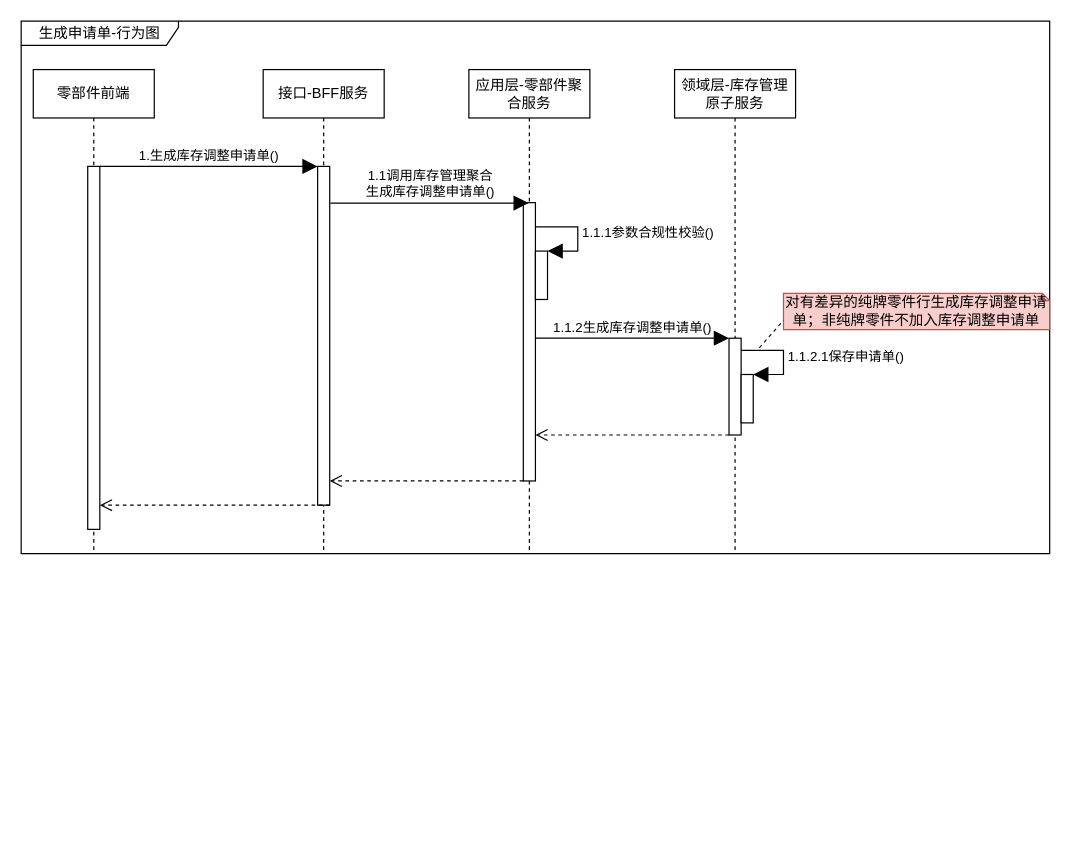
Before: page "生成申请单行为图" (4 of 6) of 库存管理-库存盘点.drawio in 1132489442/gitRepository1, a draw.io diagram. Source tidied: cells renumbered, new cells numbered last; positions are measured from the earlier drawing's top-left corner, leaving out a move shared by most shapes. Both pictures are drawn from the tidied source at 121%, with x=0, y=0 at pixel (21, 21).
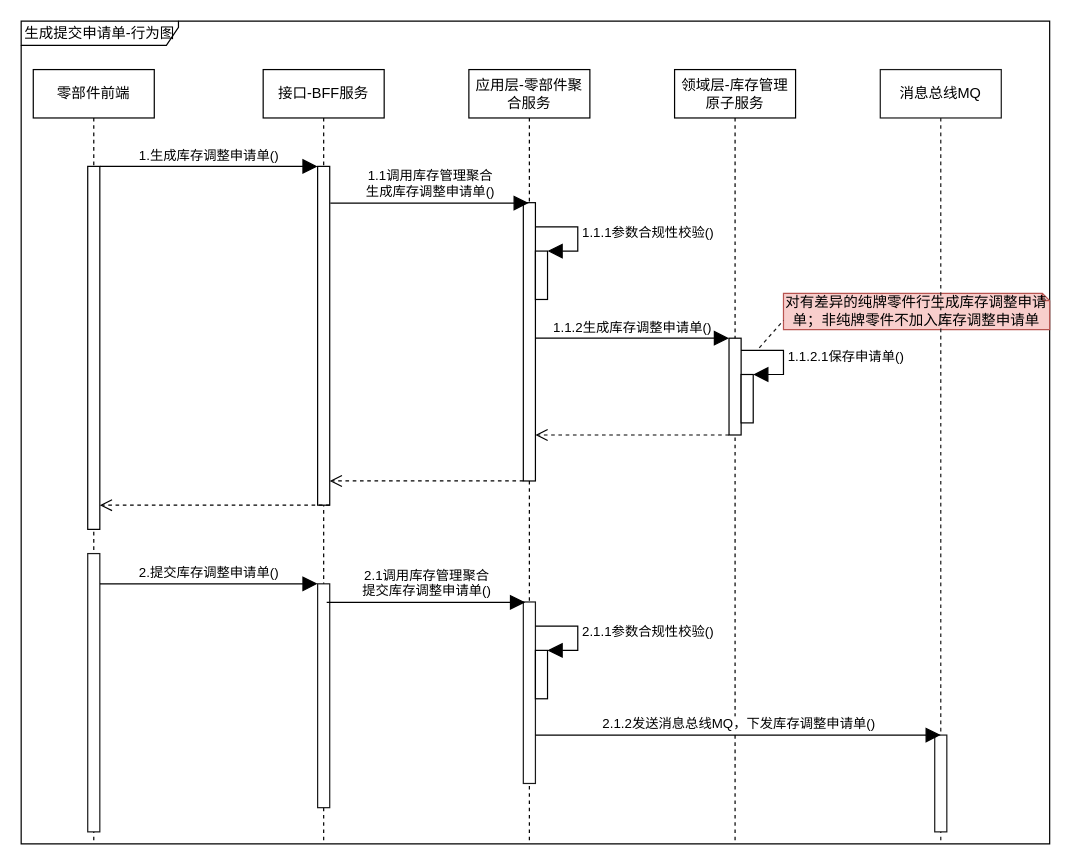
After the change.

What changed in the source:
```diff
@@
     <mxCell id="2" value="零部件前端" style="shape=umlLifeline;perimeter=lifelinePerimeter;whiteSpace=wrap;html=1;fillColor=#FFFFFF;" parent="1" vertex="1">
-      <mxGeometry x="10" y="40" width="100" height="400" as="geometry" />
+      <mxGeometry x="10" y="40" width="100" height="640" as="geometry" />
     </mxCell>
@@
+    <mxCell id="23" style="html=1;perimeter=orthogonalPerimeter;strokeColor=#1A1A1A;fillColor=#FFFFFF;" parent="2" vertex="1">
+      <mxGeometry x="45" y="400" width="10" height="230" as="geometry" />
+    </mxCell>
     <mxCell id="4" value="接口-BFF服务" style="shape=umlLifeline;perimeter=lifelinePerimeter;whiteSpace=wrap;html=1;fillColor=#FFFFFF;" parent="1" vertex="1">
-      <mxGeometry x="200" y="40" width="100" height="400" as="geometry" />
+      <mxGeometry x="200" y="40" width="100" height="640" as="geometry" />
     </mxCell>
@@
+    <mxCell id="24" style="html=1;perimeter=orthogonalPerimeter;strokeColor=#1A1A1A;fillColor=#FFFFFF;" parent="4" vertex="1">
+      <mxGeometry x="45" y="425" width="10" height="185" as="geometry" />
+    </mxCell>
     <mxCell id="7" value="领域层-库存管理原子服务" style="shape=umlLifeline;perimeter=lifelinePerimeter;whiteSpace=wrap;html=1;fillColor=#FFFFFF;" parent="1" vertex="1">
-      <mxGeometry x="540" y="40" width="100" height="400" as="geometry" />
+      <mxGeometry x="540" y="40" width="100" height="640" as="geometry" />
     </mxCell>
@@
     <mxCell id="11" value="应用层-零部件聚合服务" style="shape=umlLifeline;perimeter=lifelinePerimeter;whiteSpace=wrap;html=1;fillColor=#FFFFFF;" parent="1" vertex="1">
-      <mxGeometry x="370" y="40" width="100" height="400" as="geometry" />
+      <mxGeometry x="370" y="40" width="100" height="640" as="geometry" />
     </mxCell>
@@
+    <mxCell id="25" style="html=1;perimeter=orthogonalPerimeter;strokeColor=#1A1A1A;fillColor=#FFFFFF;" parent="11" vertex="1">
+      <mxGeometry x="45" y="440" width="10" height="150" as="geometry" />
+    </mxCell>
@@
-    <mxCell id="19" value="生成申请单-行为图" style="shape=umlFrame;whiteSpace=wrap;html=1;fillColor=#FFFFFF;width=130;height=20;" parent="1" vertex="1">
-      <mxGeometry width="850" height="440" as="geometry" />
+    <mxCell id="19" value="生成提交申请单-行为图" style="shape=umlFrame;whiteSpace=wrap;html=1;fillColor=#FFFFFF;width=130;height=20;" parent="1" vertex="1">
+      <mxGeometry width="850" height="680" as="geometry" />
     </mxCell>
@@
+    <mxCell id="26" value="消息总线MQ" style="shape=umlLifeline;perimeter=lifelinePerimeter;whiteSpace=wrap;html=1;strokeColor=#1A1A1A;fillColor=#FFFFFF;" parent="1" vertex="1">
+      <mxGeometry x="710" y="40" width="100" height="640" as="geometry" />
+    </mxCell>
+    <mxCell id="27" style="html=1;points=[];perimeter=orthogonalPerimeter;strokeColor=#1A1A1A;fillColor=#FFFFFF;" parent="26" vertex="1">
+      <mxGeometry x="45" y="550" width="10" height="80" as="geometry" />
+    </mxCell>
+    <mxCell id="28" value="2.提交库存调整申请单()" style="html=1;verticalAlign=bottom;endArrow=block;rounded=0;endSize=10;" parent="1" edge="1">
+      <mxGeometry relative="1" as="geometry">
+        <mxPoint x="65.1" y="465" as="sourcePoint" />
+        <mxPoint x="245" y="465" as="targetPoint" />
+      </mxGeometry>
+    </mxCell>
+    <mxCell id="29" value="2.1调用库存管理聚合&lt;br&gt;提交库存调整申请单()" style="html=1;verticalAlign=bottom;endArrow=block;rounded=0;endSize=10;exitX=1.046;exitY=0.087;exitDx=0;exitDy=0;exitPerimeter=0;" parent="1" edge="1">
+      <mxGeometry relative="1" as="geometry">
+        <mxPoint x="252.5" y="480.3" as="sourcePoint" />
+        <mxPoint x="416.5" y="480.3" as="targetPoint" />
+      </mxGeometry>
+    </mxCell>
+    <mxCell id="30" style="html=1;points=[];perimeter=orthogonalPerimeter;fillColor=#FFFFFF;" parent="1" vertex="1">
+      <mxGeometry x="425" y="520" width="10" height="40" as="geometry" />
+    </mxCell>
+    <mxCell id="31" value="2.1.1参数合规性校验()" style="edgeStyle=orthogonalEdgeStyle;html=1;align=left;spacingLeft=2;endArrow=block;rounded=0;entryX=1;entryY=0;endSize=10;" parent="1" edge="1" target="30">
+      <mxGeometry relative="1" as="geometry">
+        <mxPoint x="425" y="500" as="sourcePoint" />
+        <Array as="points">
+          <mxPoint x="460" y="500" />
+          <mxPoint x="460" y="520" />
+        </Array>
+      </mxGeometry>
+    </mxCell>
+    <mxCell id="32" value="2.1.2发送消息总线MQ，下发库存调整申请单()" style="html=1;verticalAlign=bottom;endArrow=block;rounded=0;endSize=10;entryX=0.5;entryY=0;entryDx=0;entryDy=0;entryPerimeter=0;" parent="1" edge="1" target="27">
+      <mxGeometry relative="1" as="geometry">
+        <mxPoint x="425" y="590" as="sourcePoint" />
+      </mxGeometry>
+    </mxCell>
```
